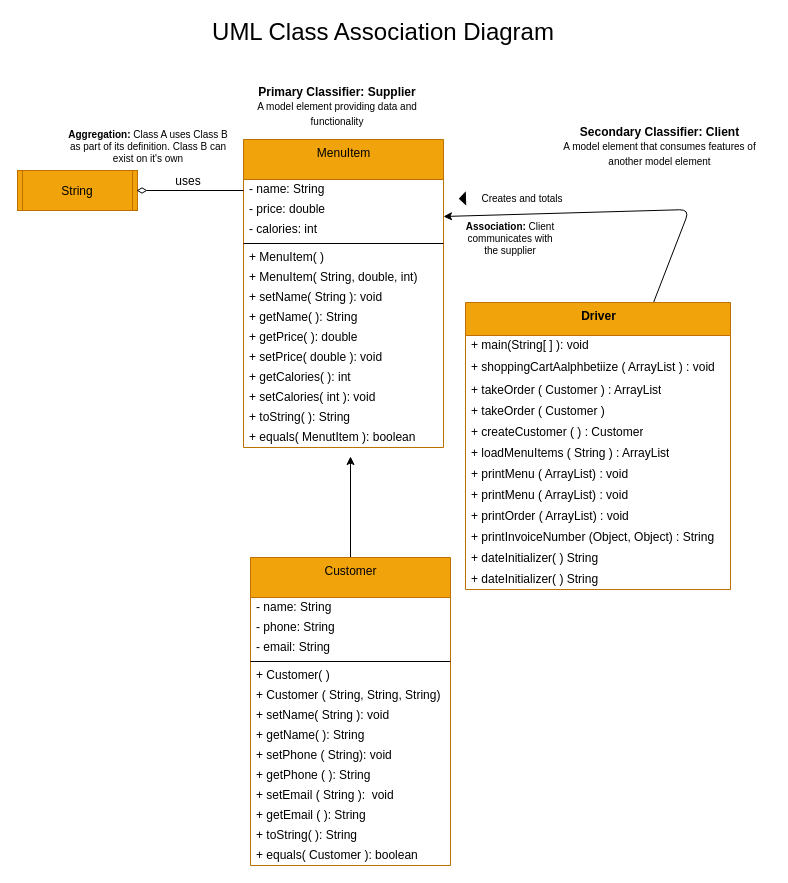
Before: week6/MenuItem.drawio in GabrielMalone/CSCI165-Summer24-Gabriel_Malone, a draw.io diagram. Source tidied: cells renumbered, new cells numbered last; positions are measured from the earlier drawing's top-left corner, leaving out a move shared by most shapes. Both pictures are drawn from the tidied source at 100%, with x=0, y=0 at pixel (17, 17).
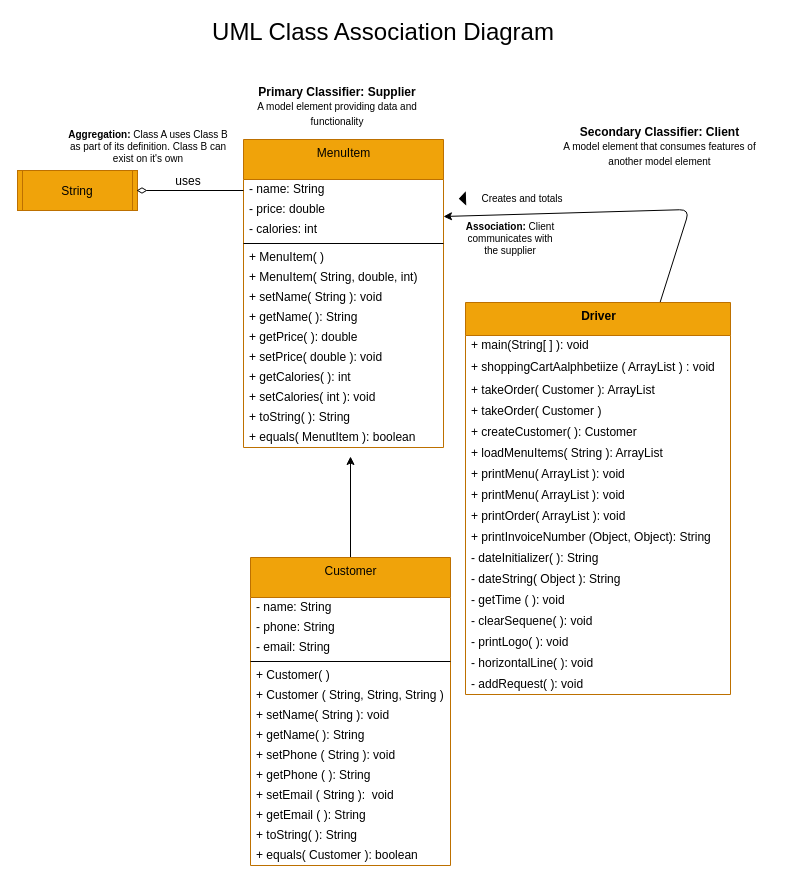
After the change.

Commit message (it also covers changes not shown here):
ULM worked on

Unchanged cells that the change refers to:
```xml
<mxCell id="42" value="Customer" style="swimlane;fontStyle=0;align=center;verticalAlign=top;horizontal=1;startSize=40;html=1;fillColor=#f0a30a;fontColor=#000000;strokeColor=#BD7000;" parent="1" vertex="1">
  <mxGeometry x="233" y="540" width="200" height="308" as="geometry" />
</mxCell>
```

Diff of the diagram source:
```diff
@@
     <mxCell id="18" value="&lt;b&gt;Driver&lt;/b&gt;" style="swimlane;fontStyle=0;align=center;verticalAlign=top;horizontal=1;startSize=33;html=1;fillColor=#f0a30a;fontColor=#000000;strokeColor=#BD7000;" parent="1" vertex="1">
-      <mxGeometry x="448" y="285" width="265" height="287" as="geometry" />
+      <mxGeometry x="448" y="285" width="265" height="392" as="geometry" />
     </mxCell>
@@
-    <mxCell id="21" value="+ takeOrder ( Customer ) : ArrayList" style="text;html=1;strokeColor=none;fillColor=none;align=left;verticalAlign=middle;spacingLeft=4;spacingRight=4;overflow=hidden;" parent="18" vertex="1">
+    <mxCell id="21" value="+ takeOrder( Customer ): ArrayList" style="text;html=1;strokeColor=none;fillColor=none;align=left;verticalAlign=middle;spacingLeft=4;spacingRight=4;overflow=hidden;" parent="18" vertex="1">
       <mxGeometry y="77" width="265" height="21" as="geometry" />
     </mxCell>
-    <mxCell id="22" value="+ takeOrder ( Customer )&amp;nbsp;" style="text;html=1;strokeColor=none;fillColor=none;align=left;verticalAlign=middle;spacingLeft=4;spacingRight=4;overflow=hidden;" parent="18" vertex="1">
+    <mxCell id="22" value="+ takeOrder( Customer )&amp;nbsp;" style="text;html=1;strokeColor=none;fillColor=none;align=left;verticalAlign=middle;spacingLeft=4;spacingRight=4;overflow=hidden;" parent="18" vertex="1">
       <mxGeometry y="98" width="265" height="21" as="geometry" />
     </mxCell>
-    <mxCell id="23" value="+ createCustomer ( ) : Customer" style="text;html=1;strokeColor=none;fillColor=none;align=left;verticalAlign=middle;spacingLeft=4;spacingRight=4;overflow=hidden;" parent="18" vertex="1">
+    <mxCell id="23" value="+ createCustomer( ): Customer" style="text;html=1;strokeColor=none;fillColor=none;align=left;verticalAlign=middle;spacingLeft=4;spacingRight=4;overflow=hidden;" parent="18" vertex="1">
       <mxGeometry y="119" width="265" height="21" as="geometry" />
     </mxCell>
-    <mxCell id="24" value="+ loadMenuItems ( String ) : ArrayList" style="text;html=1;strokeColor=none;fillColor=none;align=left;verticalAlign=middle;spacingLeft=4;spacingRight=4;overflow=hidden;" parent="18" vertex="1">
+    <mxCell id="24" value="+ loadMenuItems( String ): ArrayList" style="text;html=1;strokeColor=none;fillColor=none;align=left;verticalAlign=middle;spacingLeft=4;spacingRight=4;overflow=hidden;" parent="18" vertex="1">
       <mxGeometry y="140" width="265" height="21" as="geometry" />
     </mxCell>
-    <mxCell id="25" value="+ printMenu ( ArrayList) : void" style="text;html=1;strokeColor=none;fillColor=none;align=left;verticalAlign=middle;spacingLeft=4;spacingRight=4;overflow=hidden;" parent="18" vertex="1">
+    <mxCell id="25" value="+ printMenu( ArrayList ): void" style="text;html=1;strokeColor=none;fillColor=none;align=left;verticalAlign=middle;spacingLeft=4;spacingRight=4;overflow=hidden;" parent="18" vertex="1">
       <mxGeometry y="161" width="265" height="21" as="geometry" />
     </mxCell>
-    <mxCell id="26" value="+ printMenu ( ArrayList) : void" style="text;html=1;strokeColor=none;fillColor=none;align=left;verticalAlign=middle;spacingLeft=4;spacingRight=4;overflow=hidden;" parent="18" vertex="1">
+    <mxCell id="26" value="+ printMenu( ArrayList ): void" style="text;html=1;strokeColor=none;fillColor=none;align=left;verticalAlign=middle;spacingLeft=4;spacingRight=4;overflow=hidden;" parent="18" vertex="1">
       <mxGeometry y="182" width="265" height="21" as="geometry" />
     </mxCell>
-    <mxCell id="27" value="+ printOrder ( ArrayList) : void" style="text;html=1;strokeColor=none;fillColor=none;align=left;verticalAlign=middle;spacingLeft=4;spacingRight=4;overflow=hidden;" parent="18" vertex="1">
+    <mxCell id="27" value="+ printOrder( ArrayList ): void" style="text;html=1;strokeColor=none;fillColor=none;align=left;verticalAlign=middle;spacingLeft=4;spacingRight=4;overflow=hidden;" parent="18" vertex="1">
       <mxGeometry y="203" width="265" height="21" as="geometry" />
     </mxCell>
-    <mxCell id="28" value="+ printInvoiceNumber (Object, Object) : String" style="text;html=1;strokeColor=none;fillColor=none;align=left;verticalAlign=middle;spacingLeft=4;spacingRight=4;overflow=hidden;" parent="18" vertex="1">
+    <mxCell id="28" value="+ printInvoiceNumber (Object, Object): String" style="text;html=1;strokeColor=none;fillColor=none;align=left;verticalAlign=middle;spacingLeft=4;spacingRight=4;overflow=hidden;" parent="18" vertex="1">
       <mxGeometry y="224" width="265" height="21" as="geometry" />
     </mxCell>
-    <mxCell id="29" value="+ dateInitializer( ) String" style="text;html=1;strokeColor=none;fillColor=none;align=left;verticalAlign=middle;spacingLeft=4;spacingRight=4;overflow=hidden;" parent="18" vertex="1">
+    <mxCell id="29" value="- dateInitializer( ): String" style="text;html=1;strokeColor=none;fillColor=none;align=left;verticalAlign=middle;spacingLeft=4;spacingRight=4;overflow=hidden;" parent="18" vertex="1">
       <mxGeometry y="245" width="265" height="21" as="geometry" />
     </mxCell>
-    <mxCell id="30" value="+ dateInitializer( ) String" style="text;html=1;strokeColor=none;fillColor=none;align=left;verticalAlign=middle;spacingLeft=4;spacingRight=4;overflow=hidden;" parent="18" vertex="1">
+    <mxCell id="30" value="- dateString( Object ): String" style="text;html=1;strokeColor=none;fillColor=none;align=left;verticalAlign=middle;spacingLeft=4;spacingRight=4;overflow=hidden;" parent="18" vertex="1">
       <mxGeometry y="266" width="265" height="21" as="geometry" />
     </mxCell>
+    <mxCell id="57" value="- getTime ( ): void" style="text;html=1;strokeColor=none;fillColor=none;align=left;verticalAlign=middle;spacingLeft=4;spacingRight=4;overflow=hidden;" parent="18" vertex="1">
+      <mxGeometry y="287" width="265" height="21" as="geometry" />
+    </mxCell>
+    <mxCell id="58" value="- clearSequene( ): void" style="text;html=1;strokeColor=none;fillColor=none;align=left;verticalAlign=middle;spacingLeft=4;spacingRight=4;overflow=hidden;" parent="18" vertex="1">
+      <mxGeometry y="308" width="265" height="21" as="geometry" />
+    </mxCell>
+    <mxCell id="59" value="- printLogo( ): void" style="text;html=1;strokeColor=none;fillColor=none;align=left;verticalAlign=middle;spacingLeft=4;spacingRight=4;overflow=hidden;" parent="18" vertex="1">
+      <mxGeometry y="329" width="265" height="21" as="geometry" />
+    </mxCell>
+    <mxCell id="60" value="- horizontalLine( ): void" style="text;html=1;strokeColor=none;fillColor=none;align=left;verticalAlign=middle;spacingLeft=4;spacingRight=4;overflow=hidden;" parent="18" vertex="1">
+      <mxGeometry y="350" width="265" height="21" as="geometry" />
+    </mxCell>
+    <mxCell id="61" value="- addRequest( ): void" style="text;html=1;strokeColor=none;fillColor=none;align=left;verticalAlign=middle;spacingLeft=4;spacingRight=4;overflow=hidden;" parent="18" vertex="1">
+      <mxGeometry y="371" width="265" height="21" as="geometry" />
+    </mxCell>
@@
-    <mxCell id="48" value="+ Customer ( String, String, String)" style="text;html=1;strokeColor=none;fillColor=none;align=left;verticalAlign=middle;spacingLeft=4;spacingRight=4;overflow=hidden;" parent="42" vertex="1">
+    <mxCell id="48" value="+ Customer ( String, String, String )" style="text;html=1;strokeColor=none;fillColor=none;align=left;verticalAlign=middle;spacingLeft=4;spacingRight=4;overflow=hidden;" parent="42" vertex="1">
       <mxGeometry y="128" width="200" height="20" as="geometry" />
     </mxCell>
@@
-    <mxCell id="51" value="+ setPhone ( String): void" style="text;html=1;strokeColor=none;fillColor=none;align=left;verticalAlign=middle;spacingLeft=4;spacingRight=4;overflow=hidden;" parent="42" vertex="1">
+    <mxCell id="51" value="+ setPhone ( String ): void" style="text;html=1;strokeColor=none;fillColor=none;align=left;verticalAlign=middle;spacingLeft=4;spacingRight=4;overflow=hidden;" parent="42" vertex="1">
       <mxGeometry y="188" width="200" height="20" as="geometry" />
     </mxCell>
```
